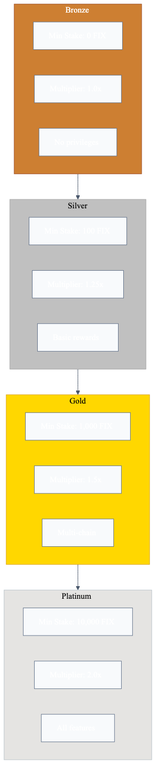
Above: docs/diagrams/ARCH_TIER.png in guglxni/the-fixer-hook (Mermaid), before the change. Its source is kept beside it as docs/diagrams/ARCH_TIER.mmd. The source it was exported from:
```mermaid
%%{init: {'theme': 'base', 'themeVariables': {
  'primaryColor': '#1e3a8a',
  'primaryTextColor': '#ffffff',
  'primaryBorderColor': '#1e40af',
  'lineColor': '#475569',
  'secondaryColor': '#e2e8f0',
  'tertiaryColor': '#cbd5e1',
  'background': '#ffffff',
  'mainBkg': '#f8fafc',
  'nodeBorder': '#64748b',
  'clusterBkg': '#f1f5f9',
  'clusterBorder': '#94a3b8',
  'titleColor': '#0f172a',
  'edgeLabelBackground': '#ffffff',
  'fontFamily': 'Inter, system-ui, sans-serif'
}}}%%
flowchart TB
    subgraph TIER0["Bronze"]
      T0A["Min Stake: 0 FIX"]
      T0B["Multiplier: 1.0x"]
      T0C["No privileges"]
    end

    subgraph TIER1["Silver"]
      T1A["Min Stake: 100 FIX"]
      T1B["Multiplier: 1.25x"]
      T1C["Basic rewards"]
    end

    subgraph TIER2["Gold"]
      T2A["Min Stake: 1,000 FIX"]
      T2B["Multiplier: 1.5x"]
      T2C["Multi-chain"]
    end

    subgraph TIER3["Platinum"]
      T3A["Min Stake: 10,000 FIX"]
      T3B["Multiplier: 2.0x"]
      T3C["All features"]
    end

    TIER0 --> TIER1
    TIER1 --> TIER2
    TIER2 --> TIER3

    style TIER0 fill:#cd7f32,color:#fff,stroke:#a0522d
    style TIER1 fill:#c0c0c0,color:#000,stroke:#a8a8a8
    style TIER2 fill:#ffd700,color:#000,stroke:#daa520
    style TIER3 fill:#e5e4e2,color:#000,stroke:#bcc6cc
```
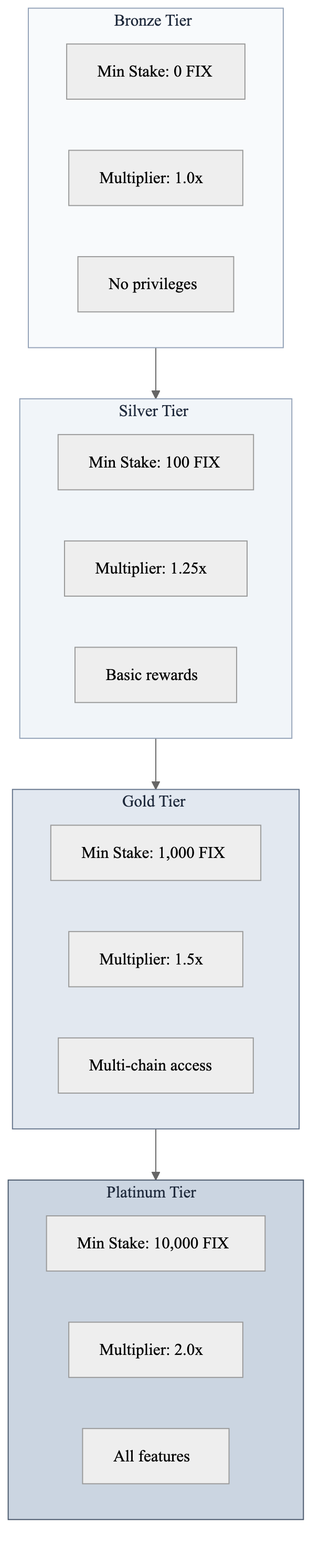
Later version of the same file.

Change to the diagram source:
```diff
@@ -1,49 +1,34 @@
-%%{init: {'theme': 'base', 'themeVariables': {
-  'primaryColor': '#1e3a8a',
-  'primaryTextColor': '#ffffff',
-  'primaryBorderColor': '#1e40af',
-  'lineColor': '#475569',
-  'secondaryColor': '#e2e8f0',
-  'tertiaryColor': '#cbd5e1',
-  'background': '#ffffff',
-  'mainBkg': '#f8fafc',
-  'nodeBorder': '#64748b',
-  'clusterBkg': '#f1f5f9',
-  'clusterBorder': '#94a3b8',
-  'titleColor': '#0f172a',
-  'edgeLabelBackground': '#ffffff',
-  'fontFamily': 'Inter, system-ui, sans-serif'
-}}}%%
+%%{init: {'theme': 'neutral', 'themeVariables': {'fontFamily': 'Inter, system-ui, sans-serif'}}}%%
 flowchart TB
-    subgraph TIER0["Bronze"]
-      T0A["Min Stake: 0 FIX"]
-      T0B["Multiplier: 1.0x"]
-      T0C["No privileges"]
+    subgraph TIER0["Bronze Tier"]
+        T0A["Min Stake: 0 FIX"]
+        T0B["Multiplier: 1.0x"]
+        T0C["No privileges"]
     end
 
-    subgraph TIER1["Silver"]
-      T1A["Min Stake: 100 FIX"]
-      T1B["Multiplier: 1.25x"]
-      T1C["Basic rewards"]
+    subgraph TIER1["Silver Tier"]
+        T1A["Min Stake: 100 FIX"]
+        T1B["Multiplier: 1.25x"]
+        T1C["Basic rewards"]
     end
 
-    subgraph TIER2["Gold"]
-      T2A["Min Stake: 1,000 FIX"]
-      T2B["Multiplier: 1.5x"]
-      T2C["Multi-chain"]
+    subgraph TIER2["Gold Tier"]
+        T2A["Min Stake: 1,000 FIX"]
+        T2B["Multiplier: 1.5x"]
+        T2C["Multi-chain access"]
     end
 
-    subgraph TIER3["Platinum"]
-      T3A["Min Stake: 10,000 FIX"]
-      T3B["Multiplier: 2.0x"]
-      T3C["All features"]
+    subgraph TIER3["Platinum Tier"]
+        T3A["Min Stake: 10,000 FIX"]
+        T3B["Multiplier: 2.0x"]
+        T3C["All features"]
     end
 
     TIER0 --> TIER1
     TIER1 --> TIER2
     TIER2 --> TIER3
 
-    style TIER0 fill:#cd7f32,color:#fff,stroke:#a0522d
-    style TIER1 fill:#c0c0c0,color:#000,stroke:#a8a8a8
-    style TIER2 fill:#ffd700,color:#000,stroke:#daa520
-    style TIER3 fill:#e5e4e2,color:#000,stroke:#bcc6cc
+    style TIER0 fill:#f8fafc,stroke:#94a3b8,color:#1e293b
+    style TIER1 fill:#f1f5f9,stroke:#94a3b8,color:#1e293b
+    style TIER2 fill:#e2e8f0,stroke:#64748b,color:#1e293b
+    style TIER3 fill:#cbd5e1,stroke:#475569,color:#1e293b
```
